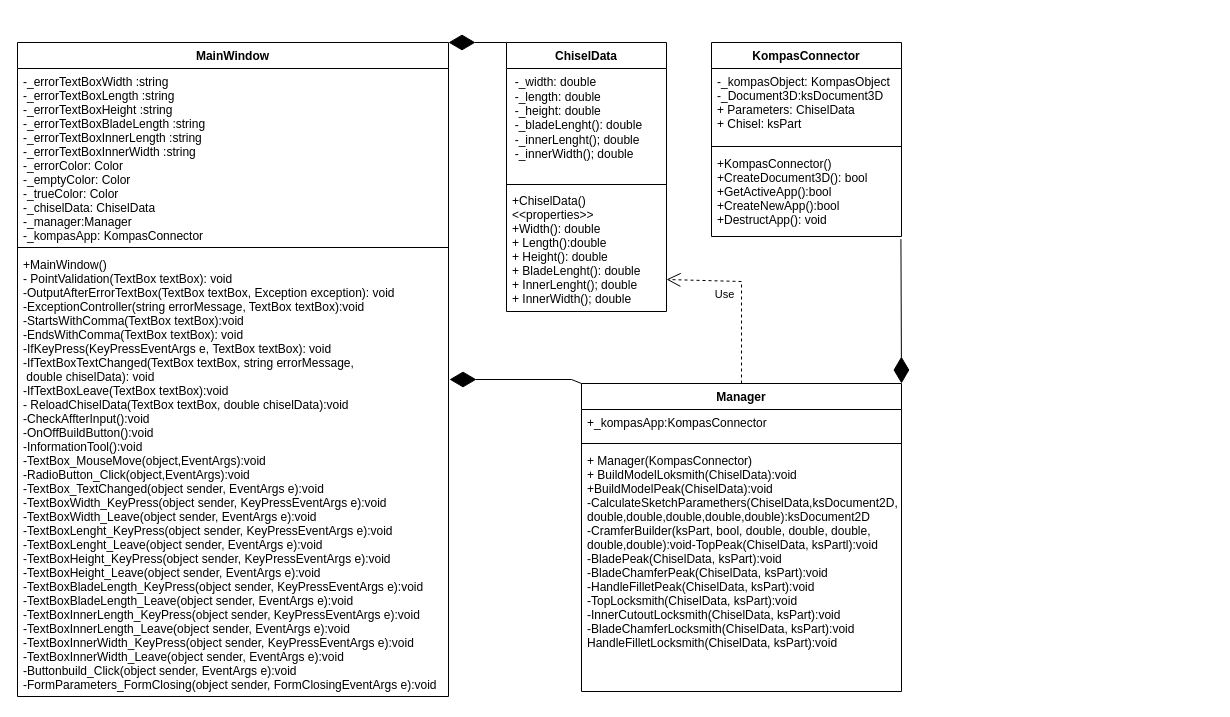
The draw.io diagram docs/UmlORSAPR.drawio in KirillKravchenko89/orsapr, before the edit. Source tidied: cells renumbered, new cells numbered last; positions are measured from the earlier drawing's top-left corner, leaving out a move shared by most shapes. Both pictures are drawn from the tidied source at 100%, with x=0, y=0 at pixel (17, 42).
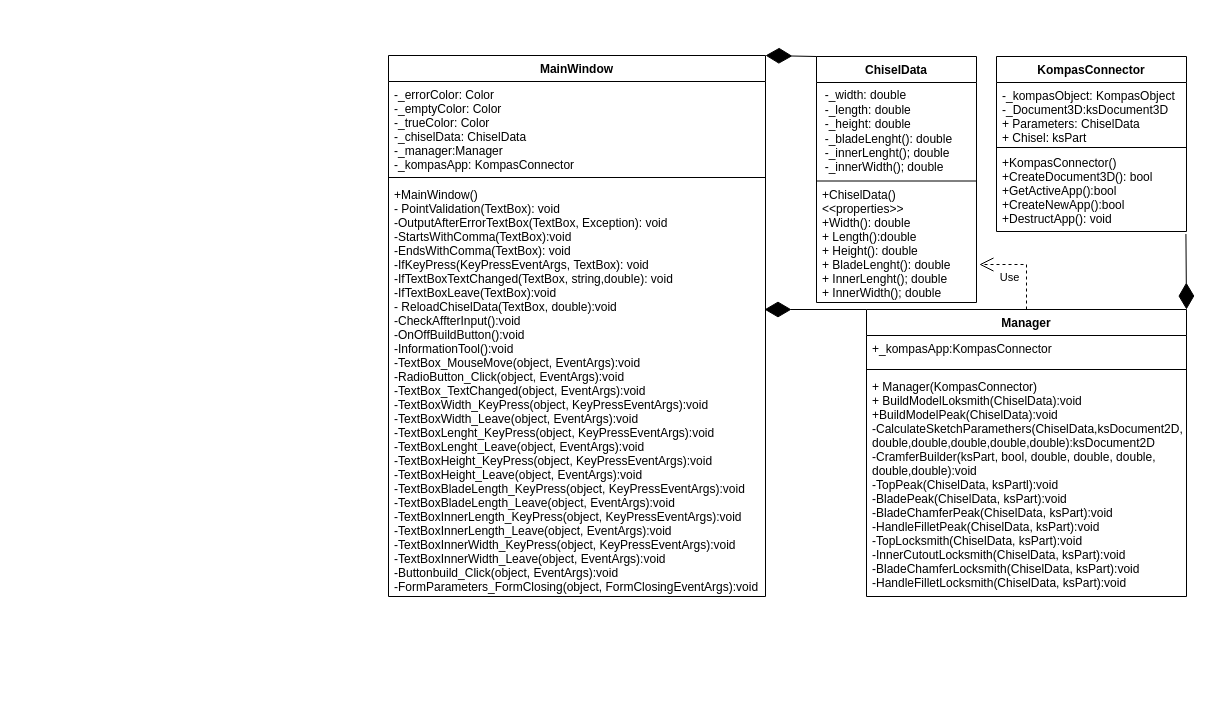
The same page after the edit.

What changed in the source:
```diff
@@
     <mxCell id="2" value="ChiselData" style="swimlane;fontStyle=1;align=center;verticalAlign=top;horizontal=1;startSize=26;" parent="1" vertex="1">
-      <mxGeometry x="489" width="160" height="269" as="geometry" />
+      <mxGeometry x="799" y="14" width="160" height="246" as="geometry" />
     </mxCell>
-    <mxCell id="3" value="&amp;nbsp; -_width: double&amp;nbsp;&lt;br style=&quot;padding: 0px; margin: 0px;&quot;&gt;&amp;nbsp; -_length: double&lt;br style=&quot;padding: 0px; margin: 0px;&quot;&gt;&amp;nbsp; -_height: double&lt;br style=&quot;padding: 0px; margin: 0px;&quot;&gt;&amp;nbsp;&amp;nbsp;-_bladeLenght(): double&lt;br&gt;&amp;nbsp; -_innerLenght(); double&lt;br&gt;&amp;nbsp; -_innerWidth(); double&lt;br style=&quot;padding: 0px; margin: 0px;&quot;&gt;&amp;nbsp;" style="text;html=1;align=left;verticalAlign=middle;strokeColor=none;fillColor=none;fontColor=default;" parent="2" vertex="1">
-      <mxGeometry y="26" width="160" height="113" as="geometry" />
+    <mxCell id="3" value="&amp;nbsp; -_width: double&amp;nbsp;&lt;br style=&quot;padding: 0px; margin: 0px;&quot;&gt;&amp;nbsp; -_length: double&lt;br style=&quot;padding: 0px; margin: 0px;&quot;&gt;&amp;nbsp; -_height: double&lt;br style=&quot;padding: 0px; margin: 0px;&quot;&gt;&amp;nbsp;&amp;nbsp;-_bladeLenght(): double&lt;br&gt;&amp;nbsp; -_innerLenght(); double&lt;br&gt;&amp;nbsp; -_innerWidth(); double" style="text;html=1;align=left;verticalAlign=middle;strokeColor=none;fillColor=none;fontColor=default;" parent="2" vertex="1">
+      <mxGeometry y="26" width="160" height="98" as="geometry" />
     </mxCell>
     <mxCell id="4" style="line;strokeWidth=1;fillColor=none;align=left;verticalAlign=middle;spacingTop=-1;spacingLeft=3;spacingRight=3;labelPosition=right;strokeColor=inherit;" parent="2" vertex="1">
-      <mxGeometry y="139" width="160" height="6" as="geometry" />
+      <mxGeometry y="124" width="160" height="1" as="geometry" />
     </mxCell>
-    <mxCell id="5" value="+ChiselData()&#10;&lt;&lt;properties&gt;&gt;&#10;+Width(): double&#10;+ Length():double&#10;+ Height(): double&#10;+ BladeLenght(): double&#10;+ InnerLenght(); double&#10;+ InnerWidth(); double&#10;" style="text;strokeColor=none;fillColor=none;align=left;verticalAlign=top;spacingLeft=4;spacingRight=4;overflow=hidden;points=[[0,0.5],[1,0.5]];portConstraint=eastwest;fontColor=default;" parent="2" vertex="1">
-      <mxGeometry y="145" width="160" height="124" as="geometry" />
+    <mxCell id="5" value="+ChiselData()&#10;&lt;&lt;properties&gt;&gt;&#10;+Width(): double&#10;+ Length():double&#10;+ Height(): double&#10;+ BladeLenght(): double&#10;+ InnerLenght(); double&#10;+ InnerWidth(); double" style="text;strokeColor=none;fillColor=none;align=left;verticalAlign=top;spacingLeft=4;spacingRight=4;overflow=hidden;points=[[0,0.5],[1,0.5]];portConstraint=eastwest;fontColor=default;" parent="2" vertex="1">
+      <mxGeometry y="125" width="160" height="121" as="geometry" />
     </mxCell>
     <mxCell id="6" value="MainWindow" style="swimlane;fontStyle=1;align=center;verticalAlign=top;horizontal=1;startSize=26;fontColor=default;" parent="1" vertex="1">
-      <mxGeometry width="431" height="654" as="geometry" />
+      <mxGeometry x="371" y="13" width="377" height="541" as="geometry" />
     </mxCell>
-    <mxCell id="7" value="-_errorTextBoxWidth :string&#10;-_errorTextBoxLength :string&#10;-_errorTextBoxHeight :string&#10;-_errorTextBoxBladeLength :string&#10;-_errorTextBoxInnerLength :string&#10;-_errorTextBoxInnerWidth :string&#10;-_errorColor: Color&#10;-_emptyColor: Color&#10;-_trueColor: Color&#10;-_chiselData: ChiselData&#10;-_manager:Manager&#10;-_kompasApp: KompasConnector&#10;" style="text;strokeColor=none;fillColor=none;align=left;verticalAlign=top;spacingLeft=4;spacingRight=4;overflow=hidden;fontColor=default;" parent="6" vertex="1">
-      <mxGeometry y="26" width="431" height="175" as="geometry" />
+    <mxCell id="7" value="-_errorColor: Color&#10;-_emptyColor: Color&#10;-_trueColor: Color&#10;-_chiselData: ChiselData&#10;-_manager:Manager&#10;-_kompasApp: KompasConnector&#10;" style="text;strokeColor=none;fillColor=none;align=left;verticalAlign=top;spacingLeft=4;spacingRight=4;overflow=hidden;fontColor=default;" parent="6" vertex="1">
+      <mxGeometry y="26" width="377" height="92" as="geometry" />
     </mxCell>
     <mxCell id="8" style="line;strokeWidth=1;fillColor=none;align=left;verticalAlign=middle;spacingTop=-1;spacingLeft=3;spacingRight=3;labelPosition=right;strokeColor=inherit;fontColor=default;" parent="6" vertex="1">
-      <mxGeometry y="201" width="431" height="8" as="geometry" />
+      <mxGeometry y="118" width="377" height="8" as="geometry" />
     </mxCell>
-    <mxCell id="9" value="+MainWindow()&#10;- PointValidation(TextBox textBox): void&#10;-OutputAfterErrorTextBox(TextBox textBox, Exception exception): void&#10;-ExceptionController(string errorMessage, TextBox textBox):void&#10;-StartsWithComma(TextBox textBox):void&#10;-EndsWithComma(TextBox textBox): void&#10;-IfKeyPress(KeyPressEventArgs e, TextBox textBox): void&#10;-IfTextBoxTextChanged(TextBox textBox, string errorMessage,&#10; double chiselData): void&#10;-IfTextBoxLeave(TextBox textBox):void&#10;- ReloadChiselData(TextBox textBox, double chiselData):void&#10;-CheckAffterInput():void&#10;-OnOffBuildButton():void&#10;-InformationTool():void&#10;-TextBox_MouseMove(object,EventArgs):void&#10;-RadioButton_Click(object,EventArgs):void&#10;-TextBox_TextChanged(object sender, EventArgs e):void&#10;-TextBoxWidth_KeyPress(object sender, KeyPressEventArgs e):void&#10;-TextBoxWidth_Leave(object sender, EventArgs e):void&#10;-TextBoxLenght_KeyPress(object sender, KeyPressEventArgs e):void&#10;-TextBoxLenght_Leave(object sender, EventArgs e):void&#10;-TextBoxHeight_KeyPress(object sender, KeyPressEventArgs e):void&#10;-TextBoxHeight_Leave(object sender, EventArgs e):void&#10;-TextBoxBladeLength_KeyPress(object sender, KeyPressEventArgs e):void&#10;-TextBoxBladeLength_Leave(object sender, EventArgs e):void&#10;-TextBoxInnerLength_KeyPress(object sender, KeyPressEventArgs e):void&#10;-TextBoxInnerLength_Leave(object sender, EventArgs e):void&#10;-TextBoxInnerWidth_KeyPress(object sender, KeyPressEventArgs e):void&#10;-TextBoxInnerWidth_Leave(object sender, EventArgs e):void&#10;-Buttonbuild_Click(object sender, EventArgs e):void&#10;-FormParameters_FormClosing(object sender, FormClosingEventArgs e):void" style="text;strokeColor=none;fillColor=none;align=left;verticalAlign=top;spacingLeft=4;spacingRight=4;overflow=hidden;fontColor=default;" parent="6" vertex="1">
-      <mxGeometry y="209" width="431" height="445" as="geometry" />
+    <mxCell id="9" value="+MainWindow()&#10;- PointValidation(TextBox): void&#10;-OutputAfterErrorTextBox(TextBox, Exception): void&#10;-StartsWithComma(TextBox):void&#10;-EndsWithComma(TextBox): void&#10;-IfKeyPress(KeyPressEventArgs, TextBox): void&#10;-IfTextBoxTextChanged(TextBox, string,double): void&#10;-IfTextBoxLeave(TextBox):void&#10;- ReloadChiselData(TextBox, double):void&#10;-CheckAffterInput():void&#10;-OnOffBuildButton():void&#10;-InformationTool():void&#10;-TextBox_MouseMove(object, EventArgs):void&#10;-RadioButton_Click(object, EventArgs):void&#10;-TextBox_TextChanged(object, EventArgs):void&#10;-TextBoxWidth_KeyPress(object, KeyPressEventArgs):void&#10;-TextBoxWidth_Leave(object, EventArgs):void&#10;-TextBoxLenght_KeyPress(object, KeyPressEventArgs):void&#10;-TextBoxLenght_Leave(object, EventArgs):void&#10;-TextBoxHeight_KeyPress(object, KeyPressEventArgs):void&#10;-TextBoxHeight_Leave(object, EventArgs):void&#10;-TextBoxBladeLength_KeyPress(object, KeyPressEventArgs):void&#10;-TextBoxBladeLength_Leave(object, EventArgs):void&#10;-TextBoxInnerLength_KeyPress(object, KeyPressEventArgs):void&#10;-TextBoxInnerLength_Leave(object, EventArgs):void&#10;-TextBoxInnerWidth_KeyPress(object, KeyPressEventArgs):void&#10;-TextBoxInnerWidth_Leave(object, EventArgs):void&#10;-Buttonbuild_Click(object, EventArgs):void&#10;-FormParameters_FormClosing(object, FormClosingEventArgs):void" style="text;strokeColor=none;fillColor=none;align=left;verticalAlign=top;spacingLeft=4;spacingRight=4;overflow=hidden;fontColor=default;" parent="6" vertex="1">
+      <mxGeometry y="126" width="377" height="415" as="geometry" />
     </mxCell>
     <mxCell id="10" value="Manager" style="swimlane;fontStyle=1;align=center;verticalAlign=top;horizontal=1;startSize=26;fontColor=default;" parent="1" vertex="1">
-      <mxGeometry x="564" y="341" width="320" height="308" as="geometry" />
+      <mxGeometry x="849" y="267" width="320" height="287" as="geometry" />
     </mxCell>
@@
-    <mxCell id="13" value="+ Manager(KompasConnector)&#10;+ BuildModelLoksmith(ChiselData):void&#10;+BuildModelPeak(ChiselData):void&#10;-CalculateSketchParamethers(ChiselData,ksDocument2D,&#10;double,double,double,double,double):ksDocument2D&#10;-CramferBuilder(ksPart, bool, double, double, double,&#10;double,double):void-TopPeak(ChiselData, ksPartl):void&#10;-BladePeak(ChiselData, ksPart):void&#10;-BladeChamferPeak(ChiselData, ksPart):void&#10;-HandleFilletPeak(ChiselData, ksPart):void&#10;-TopLocksmith(ChiselData, ksPart):void&#10;-InnerCutoutLocksmith(ChiselData, ksPart):void&#10;-BladeChamferLocksmith(ChiselData, ksPart):void&#10;HandleFilletLocksmith(ChiselData, ksPart):void" style="text;strokeColor=none;fillColor=none;align=left;verticalAlign=top;spacingLeft=4;spacingRight=4;overflow=hidden;fontColor=default;" parent="10" vertex="1">
-      <mxGeometry y="64" width="320" height="244" as="geometry" />
+    <mxCell id="13" value="+ Manager(KompasConnector)&#10;+ BuildModelLoksmith(ChiselData):void&#10;+BuildModelPeak(ChiselData):void&#10;-CalculateSketchParamethers(ChiselData,ksDocument2D,&#10;double,double,double,double,double):ksDocument2D&#10;-CramferBuilder(ksPart, bool, double, double, double,&#10;double,double):void&#10;-TopPeak(ChiselData, ksPartl):void&#10;-BladePeak(ChiselData, ksPart):void&#10;-BladeChamferPeak(ChiselData, ksPart):void&#10;-HandleFilletPeak(ChiselData, ksPart):void&#10;-TopLocksmith(ChiselData, ksPart):void&#10;-InnerCutoutLocksmith(ChiselData, ksPart):void&#10;-BladeChamferLocksmith(ChiselData, ksPart):void&#10;-HandleFilletLocksmith(ChiselData, ksPart):void" style="text;strokeColor=none;fillColor=none;align=left;verticalAlign=top;spacingLeft=4;spacingRight=4;overflow=hidden;fontColor=default;" parent="10" vertex="1">
+      <mxGeometry y="64" width="320" height="223" as="geometry" />
     </mxCell>
     <mxCell id="14" value="KompasConnector" style="swimlane;fontStyle=1;align=center;verticalAlign=top;horizontal=1;startSize=26;fontColor=default;" parent="1" vertex="1">
-      <mxGeometry x="694" width="190" height="194" as="geometry" />
+      <mxGeometry x="979" y="14" width="190" height="175" as="geometry" />
     </mxCell>
     <mxCell id="15" value="-_kompasObject: KompasObject&#10;-_Document3D:ksDocument3D&#10;+ Parameters: ChiselData&#10;+ Chisel: ksPart" style="text;strokeColor=none;fillColor=none;align=left;verticalAlign=top;spacingLeft=4;spacingRight=4;overflow=hidden;fontColor=default;" parent="14" vertex="1">
-      <mxGeometry y="26" width="190" height="74" as="geometry" />
+      <mxGeometry y="26" width="190" height="63" as="geometry" />
     </mxCell>
     <mxCell id="16" style="line;strokeWidth=1;fillColor=none;align=left;verticalAlign=middle;spacingTop=-1;spacingLeft=3;spacingRight=3;labelPosition=right;strokeColor=inherit;fontColor=default;" parent="14" vertex="1">
-      <mxGeometry y="100" width="190" height="8" as="geometry" />
+      <mxGeometry y="89" width="190" height="4" as="geometry" />
     </mxCell>
     <mxCell id="17" value="+KompasConnector()&#10;+CreateDocument3D(): bool&#10;+GetActiveApp():bool&#10;+CreateNewApp():bool&#10;+DestructApp(): void&#10;" style="text;strokeColor=none;fillColor=none;align=left;verticalAlign=top;spacingLeft=4;spacingRight=4;overflow=hidden;points=[[0,0.5],[1,0.5]];portConstraint=eastwest;fontColor=default;" parent="14" vertex="1">
-      <mxGeometry y="108" width="190" height="86" as="geometry" />
+      <mxGeometry y="93" width="190" height="82" as="geometry" />
     </mxCell>
@@
-    <mxCell id="19" value="Use" style="endArrow=open;endSize=12;dashed=1;html=1;rounded=0;fontColor=default;exitX=0.5;exitY=0;exitDx=0;exitDy=0;" parent="1" edge="1" source="10">
+    <mxCell id="19" value="Use" style="endArrow=open;endSize=12;dashed=1;html=1;rounded=0;fontColor=default;exitX=0.5;exitY=0;exitDx=0;exitDy=0;entryX=1.018;entryY=0.686;entryDx=0;entryDy=0;entryPerimeter=0;" parent="1" edge="1" source="10" target="5">
       <mxGeometry x="0.34" y="13" relative="1" as="geometry">
-        <mxPoint x="649" y="237" as="targetPoint" />
         <Array as="points">
-          <mxPoint x="724" y="239" />
+          <mxPoint x="1009" y="222" />
         </Array>
       </mxGeometry>
     </mxCell>
     <mxCell id="20" style="endArrow=diamondThin;endFill=1;endSize=24;html=1;rounded=0;fontColor=default;exitX=0;exitY=0;exitDx=0;exitDy=0;" parent="1" edge="1" source="10">
       <mxGeometry relative="1" as="geometry">
-        <mxPoint x="432" y="337" as="targetPoint" />
-        <Array as="points">
-          <mxPoint x="554" y="337" />
-        </Array>
+        <mxPoint x="747" y="267" as="targetPoint" />
       </mxGeometry>
     </mxCell>
```
